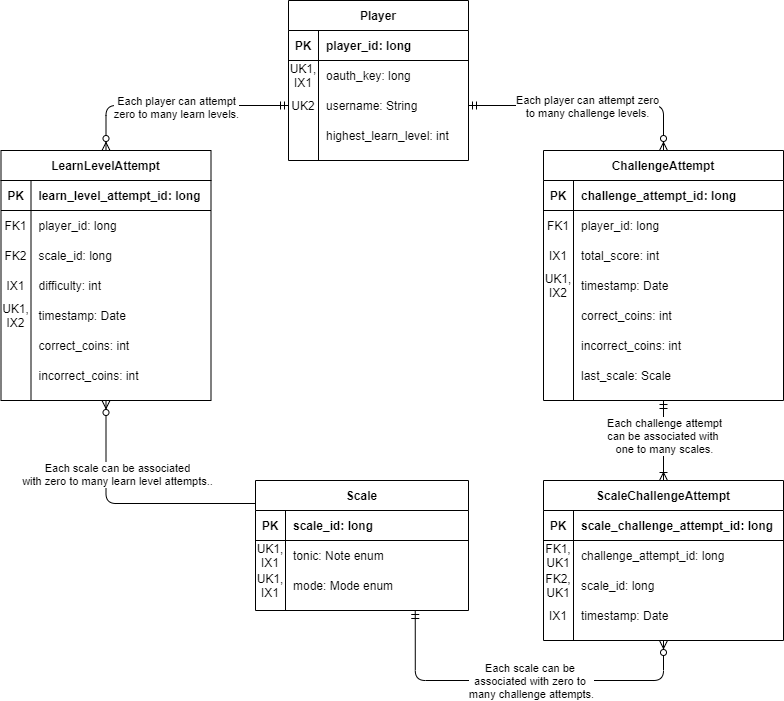
The draw.io diagram docs/img/erd.png in lsteiner9/ScaleScroller, before a commit. Source tidied: cells renumbered, new cells last; positions are measured from the earlier drawing's top-left corner, leaving out a move shared by most shapes.
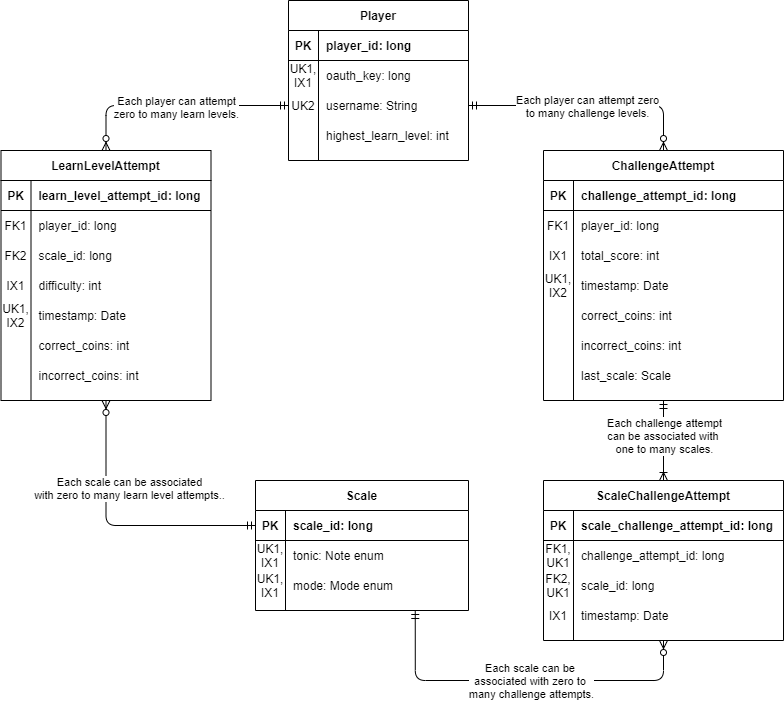
The same file after the commit.

What changed in the source:
```diff
@@ -2,11 +2,10 @@
   <root>
     <mxCell id="0" />
     <mxCell id="1" parent="0" />
-    <mxCell id="2" style="edgeStyle=orthogonalEdgeStyle;jettySize=auto;html=1;endArrow=ERmandOne;endFill=0;startArrow=ERzeroToMany;startFill=1;exitX=0.5;exitY=1;exitDx=0;exitDy=0;entryX=0;entryY=0.5;entryDx=0;entryDy=0;rounded=1;" parent="1" edge="1" source="35">
+    <mxCell id="2" style="edgeStyle=orthogonalEdgeStyle;jettySize=auto;html=1;endArrow=ERmandOne;endFill=0;startArrow=ERzeroToMany;startFill=1;exitX=0.5;exitY=1;exitDx=0;exitDy=0;rounded=1;entryX=0;entryY=0.5;entryDx=0;entryDy=0;" parent="1" edge="1" source="35" target="26">
       <mxGeometry relative="1" as="geometry">
-        <mxPoint x="271.5" y="503" as="targetPoint" />
         <Array as="points">
-          <mxPoint x="106" y="503" />
+          <mxPoint x="106" y="525" />
         </Array>
       </mxGeometry>
     </mxCell>
```
